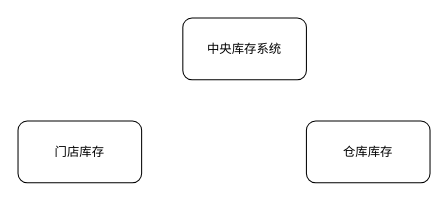
Above: 未命名绘图.drawio in mtxmwy/supply-chain (draw.io), before the change. Source tidied: cells renumbered, new cells numbered last; positions are measured from the earlier drawing's top-left corner, leaving out a move shared by most shapes. Both pictures are drawn from the tidied source at 103%, with x=0, y=0 at pixel (18, 18).
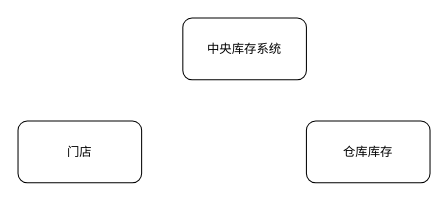
The same diagram, later.

Commit message:
更新未命名绘图.drawio

Change to the diagram source:
```diff
@@
 <mxGraphModel>
   <root>
     <mxCell id="0" />
     <mxCell id="1" parent="0" />
     <mxCell id="2" value="中央库存系统" style="rounded=1;whiteSpace=wrap;html=1;" parent="1" vertex="1">
       <mxGeometry x="160" width="120" height="60" as="geometry" />
     </mxCell>
-    <mxCell id="3" value="门店库存" style="rounded=1;whiteSpace=wrap;html=1;" parent="1" vertex="1">
+    <mxCell id="3" value="门店" style="rounded=1;whiteSpace=wrap;html=1;" parent="1" vertex="1">
       <mxGeometry y="100" width="120" height="60" as="geometry" />
     </mxCell>
     <mxCell id="4" value="仓库库存" style="rounded=1;whiteSpace=wrap;html=1;" parent="1" vertex="1">
       <mxGeometry x="280" y="100" width="120" height="60" as="geometry" />
     </mxCell>
   </root>
 </mxGraphModel>
```
